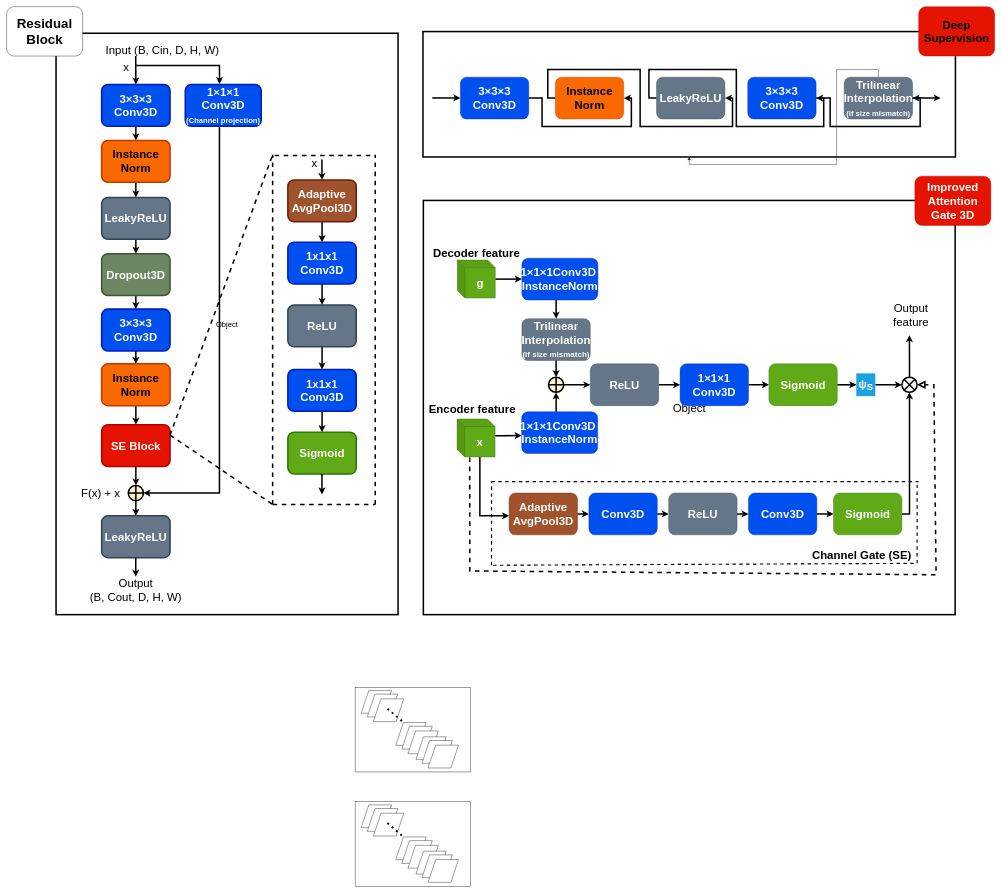
This is page "model blocks (segmentation module)" (5 of 6) of Biểu đồ không có tiêu đề.drawio from FanchonSora/thesis-project, a draw.io file, before an edit. Source tidied: cells renumbered, new cells numbered last; positions are measured from the earlier drawing's top-left corner, leaving out a move shared by most shapes. Both pictures are drawn from the tidied source at 38%, with x=0, y=0 at pixel (6, -172).
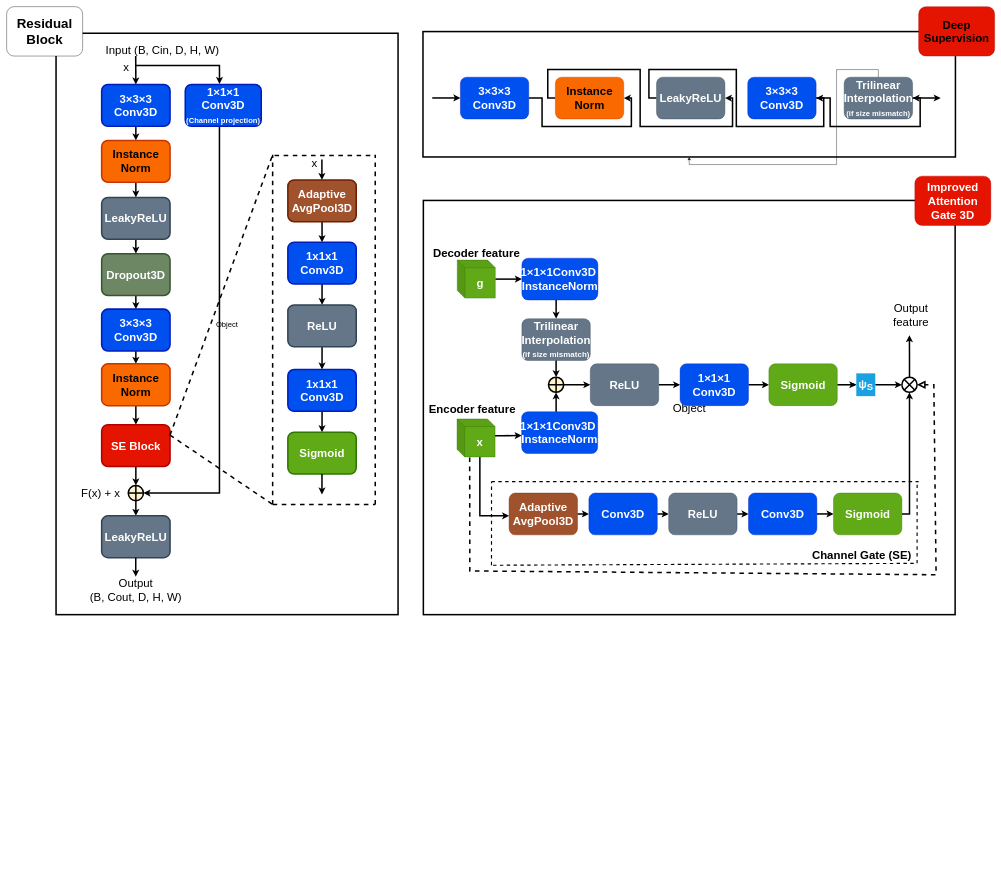
The same diagram, later.

Change to the diagram source:
```diff
@@
-    <mxCell id="108" style="rounded=0;whiteSpace=wrap;html=1;fillColor=none;strokeColor=light-dark(#000000,#000000);" parent="1" vertex="1">
-      <mxGeometry x="917" y="2261" width="303" height="223" as="geometry" />
-    </mxCell>
-    <mxCell id="109" style="rounded=0;whiteSpace=wrap;html=1;fillColor=none;strokeColor=light-dark(#000000,#000000);" parent="1" vertex="1">
-      <mxGeometry x="917" y="2562" width="303" height="223" as="geometry" />
-    </mxCell>
-    <mxCell id="110" style="shape=parallelogram;perimeter=parallelogramPerimeter;whiteSpace=wrap;html=1;fixedSize=1;fillColor=light-dark(#FFFFFF,#006600);strokeColor=light-dark(#000000,#000000);" parent="1" vertex="1">
-      <mxGeometry x="933" y="2269.5" width="80" height="60" as="geometry" />
-    </mxCell>
-    <mxCell id="111" style="shape=parallelogram;perimeter=parallelogramPerimeter;whiteSpace=wrap;html=1;fixedSize=1;fillColor=light-dark(#FFFFFF,#006600);strokeColor=light-dark(#000000,#000000);" parent="1" vertex="1">
-      <mxGeometry x="949" y="2279.2" width="80" height="60" as="geometry" />
-    </mxCell>
-    <mxCell id="112" style="shape=parallelogram;perimeter=parallelogramPerimeter;whiteSpace=wrap;html=1;fixedSize=1;fillColor=light-dark(#FFFFFF,#006600);strokeColor=light-dark(#000000,#000000);" parent="1" vertex="1">
-      <mxGeometry x="965" y="2291.5" width="80" height="60" as="geometry" />
-    </mxCell>
-    <mxCell id="113" style="shape=parallelogram;perimeter=parallelogramPerimeter;whiteSpace=wrap;html=1;fixedSize=1;fillColor=light-dark(#FFFFFF,#006600);strokeColor=light-dark(#000000,#000000);" parent="1" vertex="1">
-      <mxGeometry x="1024" y="2354" width="80" height="60" as="geometry" />
-    </mxCell>
-    <mxCell id="114" style="shape=parallelogram;perimeter=parallelogramPerimeter;whiteSpace=wrap;html=1;fixedSize=1;fillColor=light-dark(#FFFFFF,#006600);strokeColor=light-dark(#000000,#000000);" parent="1" vertex="1">
-      <mxGeometry x="1040" y="2363.7" width="80" height="60" as="geometry" />
-    </mxCell>
-    <mxCell id="115" style="shape=parallelogram;perimeter=parallelogramPerimeter;whiteSpace=wrap;html=1;fixedSize=1;fillColor=light-dark(#FFFFFF,#006600);strokeColor=light-dark(#000000,#000000);" parent="1" vertex="1">
-      <mxGeometry x="1056" y="2376" width="80" height="60" as="geometry" />
-    </mxCell>
-    <mxCell id="116" style="shape=parallelogram;perimeter=parallelogramPerimeter;whiteSpace=wrap;html=1;fixedSize=1;fillColor=light-dark(#FFFFFF,#006600);strokeColor=light-dark(#000000,#000000);" parent="1" vertex="1">
-      <mxGeometry x="1077" y="2391.5" width="80" height="60" as="geometry" />
-    </mxCell>
-    <mxCell id="117" style="shape=parallelogram;perimeter=parallelogramPerimeter;whiteSpace=wrap;html=1;fixedSize=1;fillColor=light-dark(#FFFFFF,#006600);strokeColor=light-dark(#000000,#000000);" parent="1" vertex="1">
-      <mxGeometry x="1093" y="2401.2" width="80" height="60" as="geometry" />
-    </mxCell>
-    <mxCell id="118" style="shape=parallelogram;perimeter=parallelogramPerimeter;whiteSpace=wrap;html=1;fixedSize=1;fillColor=light-dark(#FFFFFF,#006600);strokeColor=light-dark(#000000,#000000);" parent="1" vertex="1">
-      <mxGeometry x="1109" y="2413.5" width="80" height="60" as="geometry" />
-    </mxCell>
-    <mxCell id="119" style="endArrow=none;dashed=1;html=1;strokeWidth=5;rounded=0;strokeColor=light-dark(#000000,#000000);dashPattern=1 2;" parent="1" edge="1">
-      <mxGeometry relative="1" as="geometry">
-        <mxPoint x="1040" y="2350" as="sourcePoint" />
-        <mxPoint x="998" y="2314" as="targetPoint" />
-      </mxGeometry>
-    </mxCell>
-    <mxCell id="120" style="shape=parallelogram;perimeter=parallelogramPerimeter;whiteSpace=wrap;html=1;fixedSize=1;fillColor=light-dark(#FFFFFF,#67AB9F);strokeColor=light-dark(#000000,#000000);" parent="1" vertex="1">
-      <mxGeometry x="933" y="2570.5" width="80" height="60" as="geometry" />
-    </mxCell>
-    <mxCell id="121" style="shape=parallelogram;perimeter=parallelogramPerimeter;whiteSpace=wrap;html=1;fixedSize=1;fillColor=light-dark(#FFFFFF,#67AB9F);strokeColor=light-dark(#000000,#000000);" parent="1" vertex="1">
-      <mxGeometry x="949" y="2580.2" width="80" height="60" as="geometry" />
-    </mxCell>
-    <mxCell id="122" style="shape=parallelogram;perimeter=parallelogramPerimeter;whiteSpace=wrap;html=1;fixedSize=1;fillColor=light-dark(#FFFFFF,#67AB9F);strokeColor=light-dark(#000000,#000000);" parent="1" vertex="1">
-      <mxGeometry x="965" y="2592.5" width="80" height="60" as="geometry" />
-    </mxCell>
-    <mxCell id="123" style="shape=parallelogram;perimeter=parallelogramPerimeter;whiteSpace=wrap;html=1;fixedSize=1;fillColor=light-dark(#FFFFFF,#67AB9F);strokeColor=light-dark(#000000,#000000);" parent="1" vertex="1">
-      <mxGeometry x="1024" y="2655" width="80" height="60" as="geometry" />
-    </mxCell>
-    <mxCell id="124" style="shape=parallelogram;perimeter=parallelogramPerimeter;whiteSpace=wrap;html=1;fixedSize=1;fillColor=light-dark(#FFFFFF,#67AB9F);strokeColor=light-dark(#000000,#000000);" parent="1" vertex="1">
-      <mxGeometry x="1040" y="2664.7" width="80" height="60" as="geometry" />
-    </mxCell>
-    <mxCell id="125" style="shape=parallelogram;perimeter=parallelogramPerimeter;whiteSpace=wrap;html=1;fixedSize=1;fillColor=light-dark(#FFFFFF,#67AB9F);strokeColor=light-dark(#000000,#000000);" parent="1" vertex="1">
-      <mxGeometry x="1056" y="2677" width="80" height="60" as="geometry" />
-    </mxCell>
-    <mxCell id="126" style="shape=parallelogram;perimeter=parallelogramPerimeter;whiteSpace=wrap;html=1;fixedSize=1;fillColor=light-dark(#FFFFFF,#67AB9F);strokeColor=light-dark(#000000,#000000);" parent="1" vertex="1">
-      <mxGeometry x="1077" y="2692.5" width="80" height="60" as="geometry" />
-    </mxCell>
-    <mxCell id="127" style="shape=parallelogram;perimeter=parallelogramPerimeter;whiteSpace=wrap;html=1;fixedSize=1;fillColor=light-dark(#FFFFFF,#67AB9F);strokeColor=light-dark(#000000,#000000);" parent="1" vertex="1">
-      <mxGeometry x="1093" y="2702.2" width="80" height="60" as="geometry" />
-    </mxCell>
-    <mxCell id="128" style="shape=parallelogram;perimeter=parallelogramPerimeter;whiteSpace=wrap;html=1;fixedSize=1;fillColor=light-dark(#FFFFFF,#67AB9F);strokeColor=light-dark(#000000,#000000);" parent="1" vertex="1">
-      <mxGeometry x="1109" y="2714.5" width="80" height="60" as="geometry" />
-    </mxCell>
-    <mxCell id="129" style="endArrow=none;dashed=1;html=1;strokeWidth=5;rounded=0;strokeColor=light-dark(#000000,#000000);dashPattern=1 2;" parent="1" edge="1">
-      <mxGeometry relative="1" as="geometry">
-        <mxPoint x="1040" y="2651" as="sourcePoint" />
-        <mxPoint x="998" y="2615" as="targetPoint" />
-      </mxGeometry>
-    </mxCell>
```
